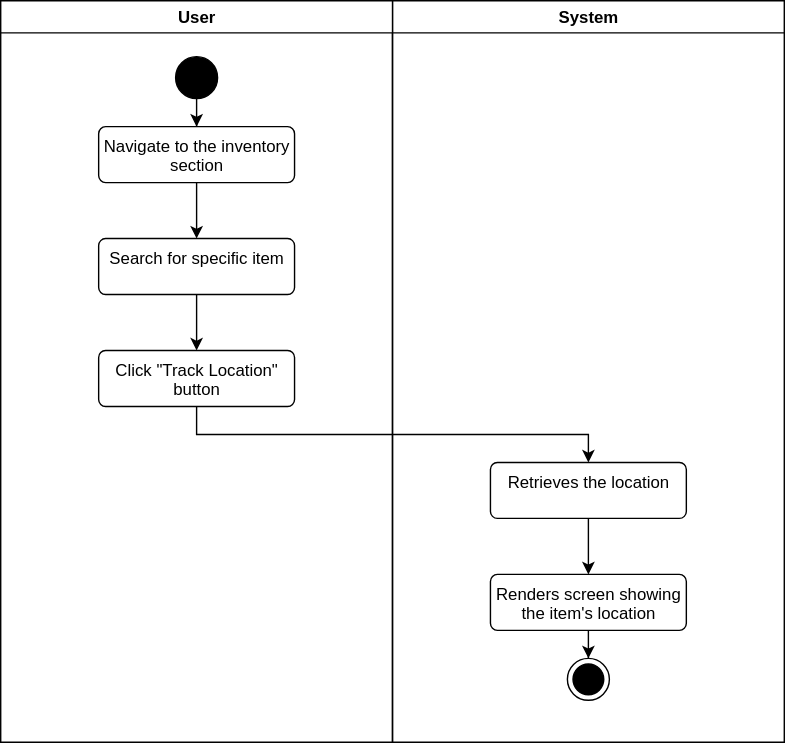
notSnuffy/Warehouse-Manager keeps this draw.io diagram as diagrams/track-item-location.svg. Above is the earlier version. Source tidied: cells renumbered, new cells last; positions are measured from the earlier drawing's top-left corner, leaving out a move shared by most shapes.
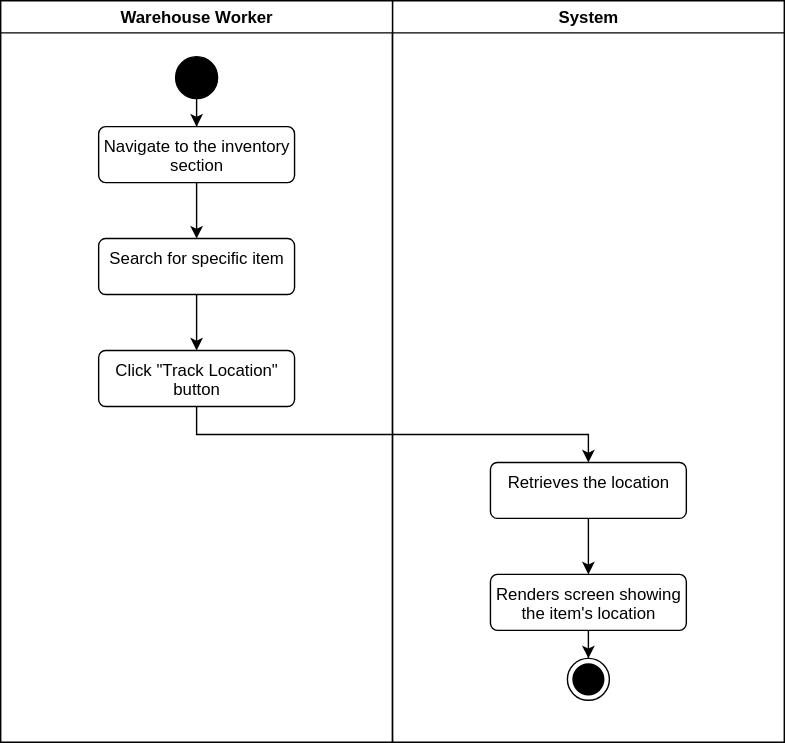
After the change.

The edit, as a diff of the source:
```diff
@@ -20,7 +20,7 @@
     <mxCell id="7" value="Retrieves the location" style="html=1;align=center;verticalAlign=top;rounded=1;absoluteArcSize=1;arcSize=10;dashed=0;whiteSpace=wrap;strokeColor=light-dark(#000000,#000000);" parent="2" vertex="1">
       <mxGeometry x="70" y="330" width="140" height="40" as="geometry" />
     </mxCell>
-    <mxCell id="8" value="User" style="swimlane;whiteSpace=wrap;strokeColor=light-dark(#000000,#000000);" parent="1" vertex="1">
+    <mxCell id="8" value="Warehouse Worker" style="swimlane;whiteSpace=wrap;strokeColor=light-dark(#000000,#000000);" parent="1" vertex="1">
       <mxGeometry width="280" height="530" as="geometry" />
     </mxCell>
     <mxCell id="9" style="edgeStyle=orthogonalEdgeStyle;rounded=0;jettySize=auto;html=1;strokeColor=light-dark(#000000,#000000);" parent="8" edge="1" source="10" target="12">
```
